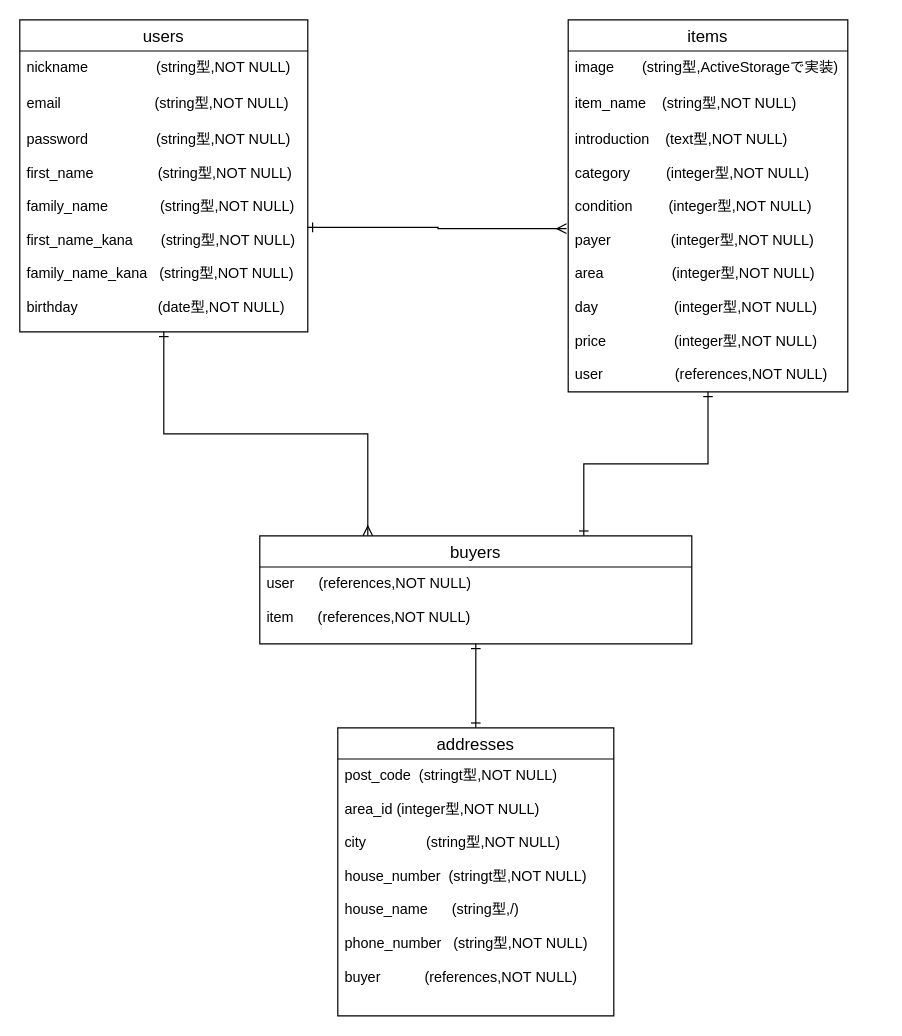
Earlier version of the draw.io diagram furima-34762.dio (hara-yuto/furima-34762). Source tidied: cells renumbered, new cells numbered last; positions are measured from the earlier drawing's top-left corner, leaving out a move shared by most shapes. Both pictures are drawn from the tidied source at 120%, with x=0, y=0 at pixel (19, 19).
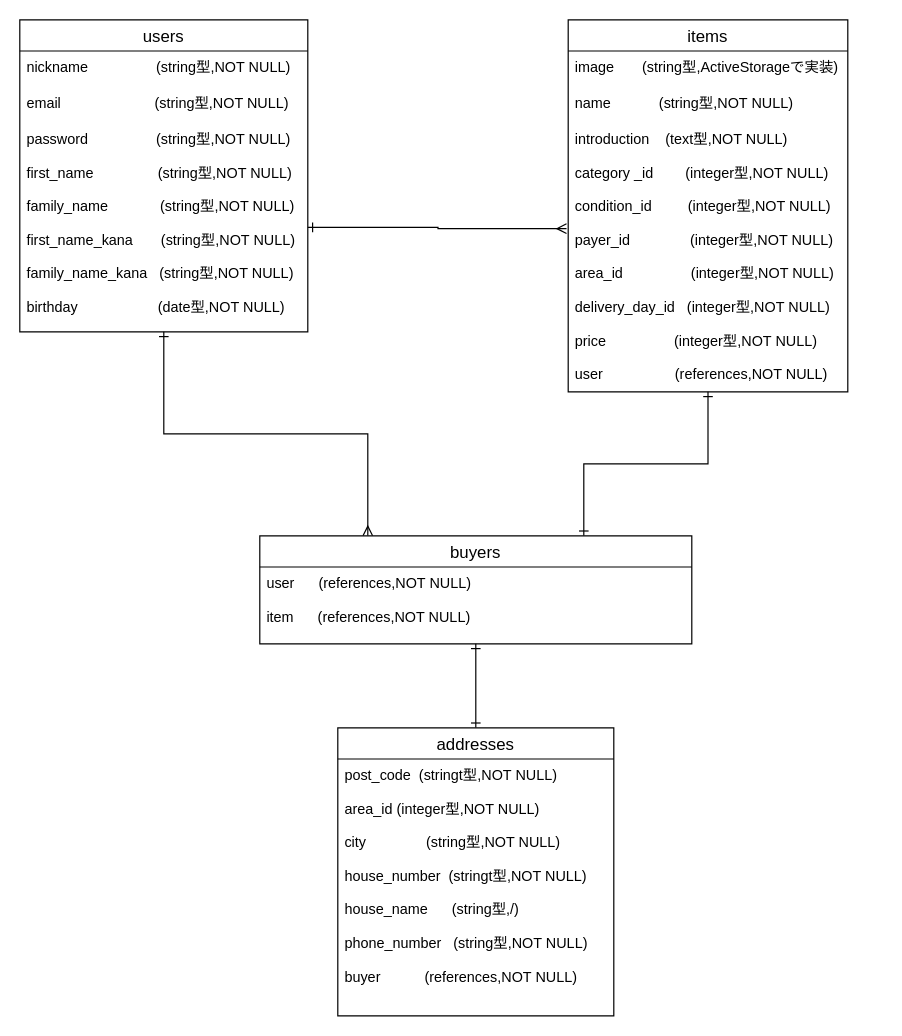
After the change.

Change to the diagram source:
```diff
@@
 <mxGraphModel>
   <root>
     <mxCell id="0" />
     <mxCell id="1" parent="0" />
     <mxCell id="2" style="edgeStyle=orthogonalEdgeStyle;rounded=0;jettySize=auto;html=1;entryX=0.25;entryY=0;entryDx=0;entryDy=0;startArrow=ERone;startFill=0;endArrow=ERmany;endFill=0;" parent="1" edge="1" source="3" target="13">
       <mxGeometry relative="1" as="geometry" />
     </mxCell>
     <mxCell id="3" value="users" style="swimlane;fontStyle=0;horizontal=1;startSize=26;align=center;fontSize=14;" parent="1" vertex="1">
       <mxGeometry width="240" height="260" as="geometry" />
     </mxCell>
     <mxCell id="4" value="nickname                 (string型,NOT NULL)" style="text;strokeColor=none;fillColor=none;spacingLeft=4;spacingRight=4;overflow=hidden;fontSize=12;" parent="3" vertex="1">
       <mxGeometry y="26" width="240" height="30" as="geometry" />
     </mxCell>
     <mxCell id="5" value="email　　　         　(string型,NOT NULL)" style="text;strokeColor=none;fillColor=none;spacingLeft=4;spacingRight=4;overflow=hidden;fontSize=12;" parent="3" vertex="1">
       <mxGeometry y="56" width="240" height="30" as="geometry" />
     </mxCell>
     <mxCell id="6" value="password                 (string型,NOT NULL)&#10;&#10;first_name                (string型,NOT NULL)&#10;&#10;family_name             (string型,NOT NULL)&#10;&#10;first_name_kana       (string型,NOT NULL)&#10;&#10;family_name_kana   (string型,NOT NULL)&#10;&#10;birthday                    (date型,NOT NULL)                  " style="text;strokeColor=none;fillColor=none;spacingLeft=4;spacingRight=4;overflow=hidden;points=[[0,0.5],[1,0.5]];portConstraint=eastwest;fontSize=12;" parent="3" vertex="1">
       <mxGeometry y="86" width="240" height="174" as="geometry" />
     </mxCell>
     <mxCell id="7" style="edgeStyle=orthogonalEdgeStyle;rounded=0;jettySize=auto;html=1;entryX=0.75;entryY=0;entryDx=0;entryDy=0;startArrow=ERone;startFill=0;endArrow=ERone;endFill=0;" parent="1" edge="1" source="8" target="13">
       <mxGeometry relative="1" as="geometry" />
     </mxCell>
     <mxCell id="8" value="items" style="swimlane;fontStyle=0;horizontal=1;startSize=26;align=center;fontSize=14;" parent="1" vertex="1">
       <mxGeometry x="457" width="233" height="310" as="geometry" />
     </mxCell>
     <mxCell id="9" value="image       (string型,ActiveStorageで実装)           " style="text;strokeColor=none;fillColor=none;spacingLeft=4;spacingRight=4;overflow=hidden;fontSize=12;" parent="8" vertex="1">
       <mxGeometry y="26" width="233" height="30" as="geometry" />
     </mxCell>
-    <mxCell id="10" value="item_name    (string型,NOT NULL)" style="text;strokeColor=none;fillColor=none;spacingLeft=4;spacingRight=4;overflow=hidden;fontSize=12;" parent="8" vertex="1">
+    <mxCell id="10" value="name            (string型,NOT NULL)" style="text;strokeColor=none;fillColor=none;spacingLeft=4;spacingRight=4;overflow=hidden;fontSize=12;" parent="8" vertex="1">
       <mxGeometry y="56" width="233" height="30" as="geometry" />
     </mxCell>
-    <mxCell id="11" value="introduction    (text型,NOT NULL)&#10;&#10;category         (integer型,NOT NULL)&#10;&#10;condition         (integer型,NOT NULL)&#10;&#10;payer               (integer型,NOT NULL)&#10;&#10;area                 (integer型,NOT NULL)&#10;&#10;day                   (integer型,NOT NULL)&#10;&#10;price                 (integer型,NOT NULL)&#10;&#10;user                  (references,NOT NULL)" style="text;strokeColor=none;fillColor=none;spacingLeft=4;spacingRight=4;overflow=hidden;points=[[0,0.5],[1,0.5]];portConstraint=eastwest;fontSize=12;" parent="8" vertex="1">
+    <mxCell id="11" value="introduction    (text型,NOT NULL)&#10;&#10;category _id        (integer型,NOT NULL)&#10;&#10;condition_id         (integer型,NOT NULL)&#10;&#10;payer_id               (integer型,NOT NULL)&#10;&#10;area_id                 (integer型,NOT NULL)&#10;&#10;delivery_day_id   (integer型,NOT NULL)&#10;&#10;price                 (integer型,NOT NULL)&#10;&#10;user                  (references,NOT NULL)" style="text;strokeColor=none;fillColor=none;spacingLeft=4;spacingRight=4;overflow=hidden;points=[[0,0.5],[1,0.5]];portConstraint=eastwest;fontSize=12;" parent="8" vertex="1">
       <mxGeometry y="86" width="233" height="224" as="geometry" />
     </mxCell>
     <mxCell id="12" style="edgeStyle=orthogonalEdgeStyle;rounded=0;jettySize=auto;html=1;startArrow=ERone;startFill=0;endArrow=ERone;endFill=0;entryX=0.5;entryY=0;entryDx=0;entryDy=0;" parent="1" edge="1" source="13" target="15">
       <mxGeometry relative="1" as="geometry" />
     </mxCell>
     <mxCell id="13" value="buyers" style="swimlane;fontStyle=0;horizontal=1;startSize=26;align=center;fontSize=14;" parent="1" vertex="1">
       <mxGeometry x="200" y="430" width="360" height="90" as="geometry" />
     </mxCell>
     <mxCell id="14" value="user      (references,NOT NULL)&#10;&#10;item      (references,NOT NULL)" style="text;strokeColor=none;fillColor=none;spacingLeft=4;spacingRight=4;overflow=hidden;fontSize=12;" parent="13" vertex="1">
       <mxGeometry y="26" width="360" height="64" as="geometry" />
     </mxCell>
     <mxCell id="15" value="addresses" style="swimlane;fontStyle=0;horizontal=1;startSize=26;align=center;fontSize=14;" parent="1" vertex="1">
       <mxGeometry x="265" y="590" width="230" height="240" as="geometry" />
     </mxCell>
     <mxCell id="16" value="post_code  (stringt型,NOT NULL)&#10;&#10;area_id (integer型,NOT NULL)&#10;&#10;city               (string型,NOT NULL)&#10;&#10;house_number  (stringt型,NOT NULL)&#10;&#10;house_name      (string型,/)&#10;&#10;phone_number   (string型,NOT NULL)&#10;&#10;buyer           (references,NOT NULL)&#10;         " style="text;strokeColor=none;fillColor=none;spacingLeft=4;spacingRight=4;overflow=hidden;fontSize=12;" parent="15" vertex="1">
       <mxGeometry y="26" width="230" height="214" as="geometry" />
     </mxCell>
     <mxCell id="17" style="edgeStyle=orthogonalEdgeStyle;rounded=0;jettySize=auto;html=1;entryX=-0.006;entryY=0.393;entryDx=0;entryDy=0;entryPerimeter=0;startArrow=ERone;startFill=0;endArrow=ERmany;endFill=0;" parent="1" edge="1" source="6" target="11">
       <mxGeometry relative="1" as="geometry" />
     </mxCell>
   </root>
 </mxGraphModel>
```
